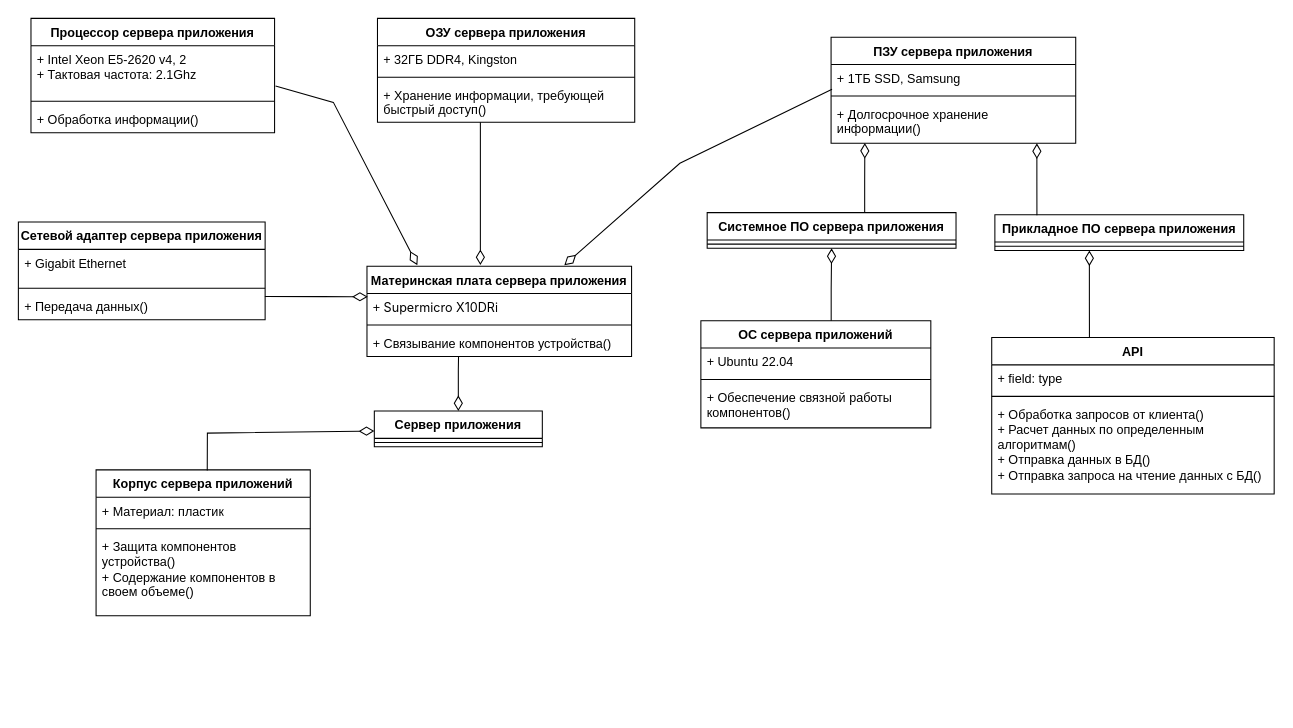
Earlier version of the draw.io diagram Определение проекта АИС "Сервер приложения".drawio (hiff0/db-city-council). Source tidied: cells renumbered, new cells numbered last; positions are measured from the earlier drawing's top-left corner, leaving out a move shared by most shapes. Both pictures are drawn from the tidied source at 105%, with x=0, y=0 at pixel (18, 18).
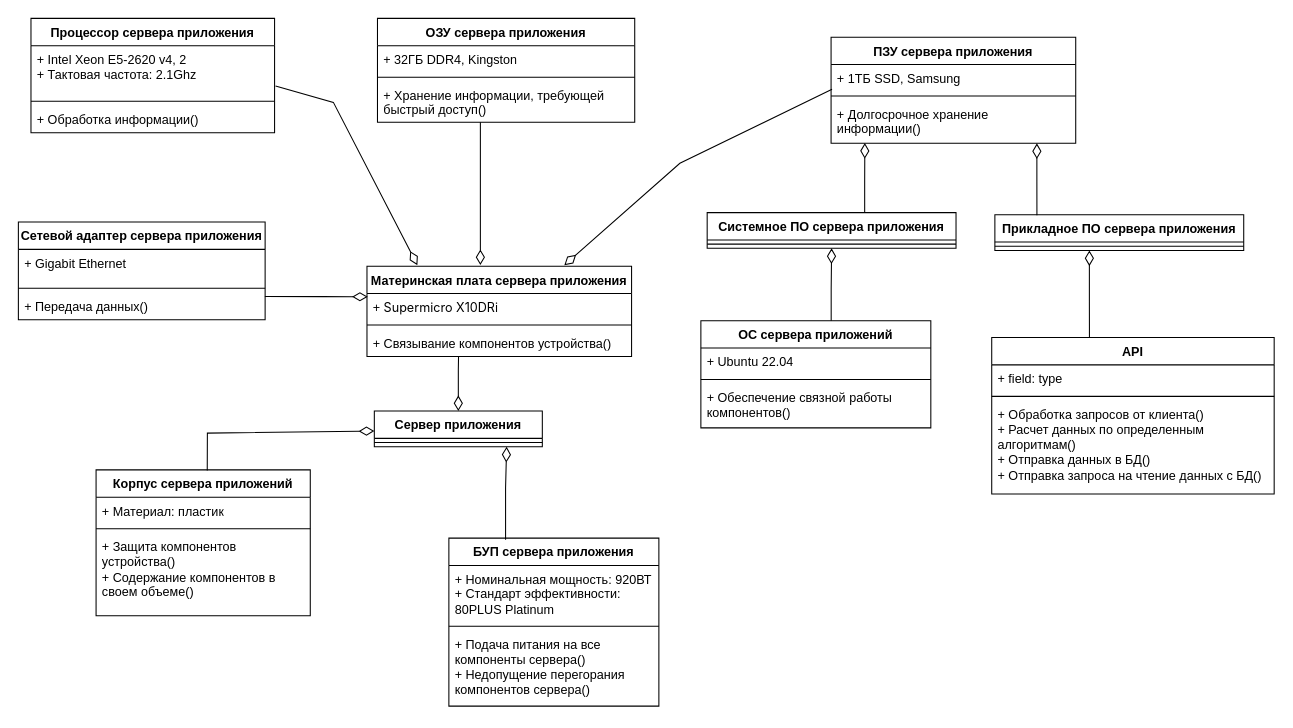
After the change.

Change to the diagram source:
```diff
@@
+    <mxCell id="50" value="БУП сервера приложения" style="swimlane;fontStyle=1;align=center;verticalAlign=top;horizontal=1;startSize=26;whiteSpace=wrap;html=1;" parent="1" vertex="1">
+      <mxGeometry x="410" y="495" width="200" height="160" as="geometry" />
+    </mxCell>
+    <mxCell id="51" value="+ Номинальная мощность: 920ВТ&lt;div&gt;+ Стандарт эффективности: 80PLUS Platinum&lt;/div&gt;" style="text;strokeColor=none;fillColor=none;align=left;verticalAlign=top;spacingLeft=4;spacingRight=4;overflow=hidden;whiteSpace=wrap;html=1;" parent="50" vertex="1">
+      <mxGeometry y="26" width="200" height="54" as="geometry" />
+    </mxCell>
+    <mxCell id="52" style="line;strokeWidth=1;fillColor=none;align=left;verticalAlign=middle;spacingTop=-1;spacingLeft=3;spacingRight=3;labelPosition=right;strokeColor=inherit;" parent="50" vertex="1">
+      <mxGeometry y="80" width="200" height="8" as="geometry" />
+    </mxCell>
+    <mxCell id="53" value="+ Подача питания на все компоненты сервера()&lt;div&gt;+ Недопущение перегорания компонентов сервера()&lt;/div&gt;" style="text;strokeColor=none;fillColor=none;align=left;verticalAlign=top;spacingLeft=4;spacingRight=4;overflow=hidden;whiteSpace=wrap;html=1;" parent="50" vertex="1">
+      <mxGeometry y="88" width="200" height="72" as="geometry" />
+    </mxCell>
+    <mxCell id="54" style="endArrow=diamondThin;endFill=0;endSize=12;html=1;rounded=0;entryX=0.5;entryY=1;entryDx=0;entryDy=0;exitX=0.27;exitY=0.009;exitDx=0;exitDy=0;exitPerimeter=0;" parent="1" edge="1" source="50">
+      <mxGeometry relative="1" as="geometry">
+        <mxPoint x="465" y="408" as="targetPoint" />
+        <Array as="points">
+          <mxPoint x="464" y="447" />
+        </Array>
+      </mxGeometry>
+    </mxCell>
```
